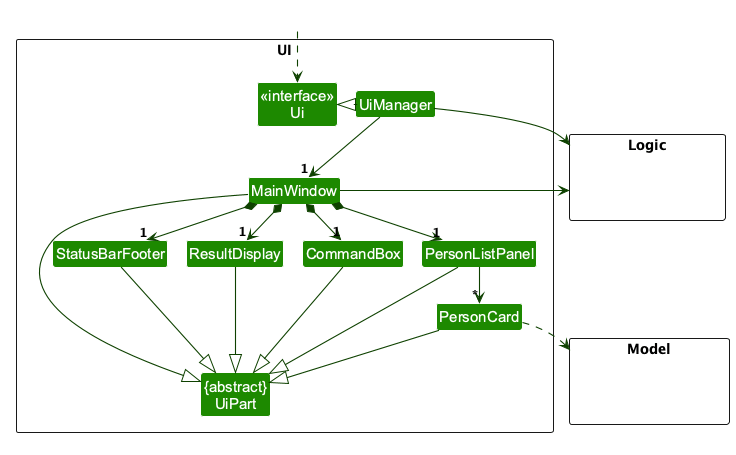
Before: docs/images/UiClassDiagram.png, a diagram exported from PlantUML (AY2627S1-CS2103T-T09-1/tp). Source of this version:
```plantuml
@startuml
!include style.puml
skinparam arrowThickness 1.1
skinparam arrowColor UI_COLOR_T4
skinparam classBackgroundColor UI_COLOR

package UI <<Rectangle>>{
Class "<<interface>>\nUi" as Ui
Class "{abstract}\nUiPart" as UiPart
Class UiManager
Class MainWindow
Class ResultDisplay
Class PersonListPanel
Class PersonCard
Class StatusBarFooter
Class CommandBox
}

package Model <<Rectangle>> {
Class HiddenModel #FFFFFF
}

package Logic <<Rectangle>> {
Class HiddenLogic #FFFFFF
}

Class HiddenOutside #FFFFFF
HiddenOutside ..> Ui

UiManager .left.|> Ui
UiManager -down-> "1" MainWindow
MainWindow *-down->  "1" CommandBox
MainWindow *-down-> "1" ResultDisplay
MainWindow *-down-> "1" PersonListPanel
MainWindow *-down-> "1" StatusBarFooter

PersonListPanel -down-> "*" PersonCard

MainWindow -left-|> UiPart

ResultDisplay --|> UiPart
CommandBox --|> UiPart
PersonListPanel --|> UiPart
PersonCard --|> UiPart
StatusBarFooter --|> UiPart

PersonCard ..> Model
UiManager -right-> Logic
MainWindow -left-> Logic

PersonListPanel -[hidden]left- CommandBox
CommandBox -[hidden]left- ResultDisplay
ResultDisplay -[hidden]left- StatusBarFooter

MainWindow -[hidden]-|> UiPart
@enduml
```
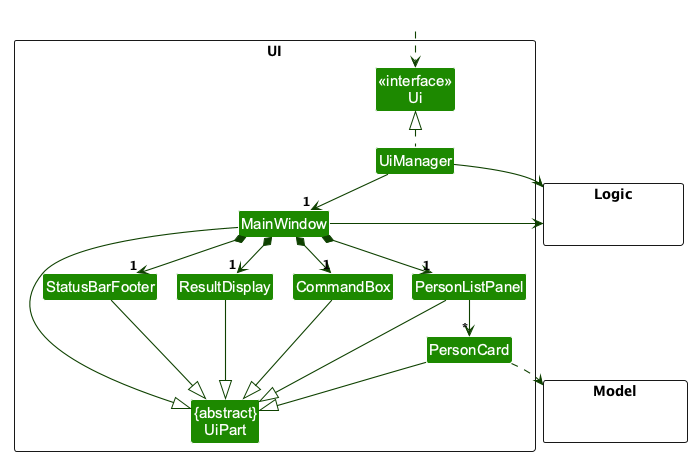
Above is the later version.

Commit message:
Improve UI class diagram layout

Diff of the diagram source:
```diff
@@ -1,5 +1,6 @@
 @startuml
 !include style.puml
+!pragma layout smetana
 skinparam arrowThickness 1.1
 skinparam arrowColor UI_COLOR_T4
 skinparam classBackgroundColor UI_COLOR
@@ -27,7 +28,7 @@
 Class HiddenOutside #FFFFFF
 HiddenOutside ..> Ui
 
-UiManager .left.|> Ui
+UiManager .up.|> Ui
 UiManager -down-> "1" MainWindow
 MainWindow *-down->  "1" CommandBox
 MainWindow *-down-> "1" ResultDisplay
```
